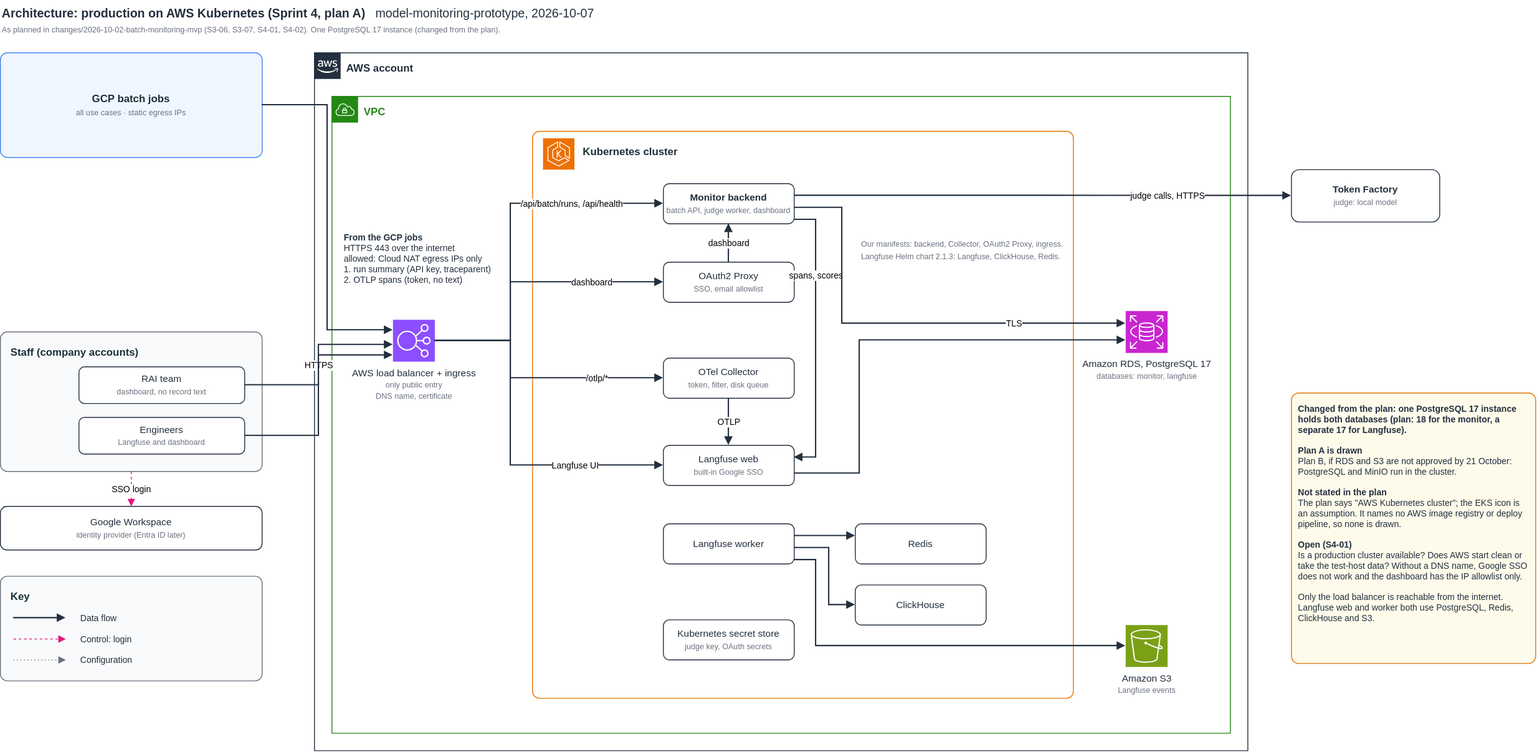
Before: docs/architecture/architecture-aws.drawio.svg, a diagram exported from draw.io (tkhongsap-io/model-monitoring-prototype). Source tidied: cells renumbered, new cells last; positions are measured from the earlier drawing's top-left corner, leaving out a move shared by most shapes.
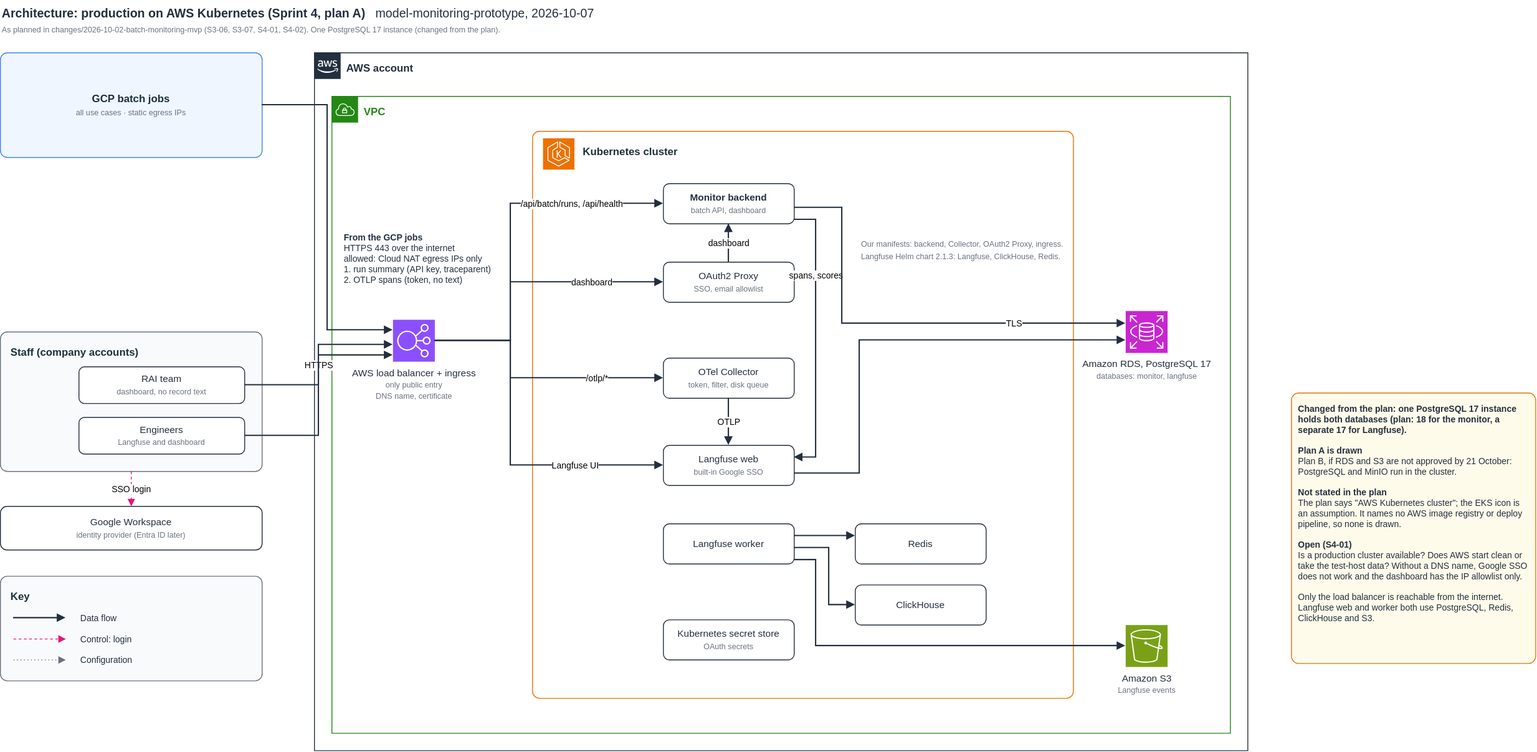
After the commit.

Commit message:
docs(s3-08a): remove the judge calls from the architecture diagrams

Diff of the diagram source:
```diff
@@ -35,7 +35,7 @@
     <mxCell id="12" style="sketch=0;fontColor=#232F3E;strokeColor=#ffffff;dashed=0;verticalLabelPosition=bottom;verticalAlign=top;align=center;html=1;fontSize=11;shape=mxgraph.aws4.resourceIcon;fillColor=#ED7100;resIcon=mxgraph.aws4.eks;" parent="11" vertex="1">
       <mxGeometry x="12" y="8" width="36" height="36" as="geometry" />
     </mxCell>
-    <mxCell id="13" value="&lt;b&gt;Monitor backend&lt;/b&gt;&lt;br&gt;&lt;font style=&quot;font-size:9px&quot; color=&quot;#6B7280&quot;&gt;batch API, judge worker, dashboard&lt;/font&gt;" style="rounded=1;whiteSpace=wrap;html=1;fillColor=#FFFFFF;strokeColor=#232F3E;fontSize=11;fontColor=#232F3E;" parent="11" vertex="1">
+    <mxCell id="13" value="&lt;b&gt;Monitor backend&lt;/b&gt;&lt;br&gt;&lt;font style=&quot;font-size:9px&quot; color=&quot;#6B7280&quot;&gt;batch API, dashboard&lt;/font&gt;" style="rounded=1;whiteSpace=wrap;html=1;fillColor=#FFFFFF;strokeColor=#232F3E;fontSize=11;fontColor=#232F3E;" parent="11" vertex="1">
       <mxGeometry x="150" y="60" width="150" height="46" as="geometry" />
     </mxCell>
     <mxCell id="14" value="OAuth2 Proxy&lt;br&gt;&lt;font style=&quot;font-size:9px&quot; color=&quot;#6B7280&quot;&gt;SSO, email allowlist&lt;/font&gt;" style="rounded=1;whiteSpace=wrap;html=1;fillColor=#FFFFFF;strokeColor=#232F3E;fontSize=11;fontColor=#232F3E;" parent="11" vertex="1">
@@ -56,7 +56,7 @@
     <mxCell id="19" value="ClickHouse" style="rounded=1;whiteSpace=wrap;html=1;fillColor=#FFFFFF;strokeColor=#232F3E;fontSize=11;fontColor=#232F3E;" parent="11" vertex="1">
       <mxGeometry x="370" y="520" width="150" height="46" as="geometry" />
     </mxCell>
-    <mxCell id="20" value="Kubernetes secret store&lt;br&gt;&lt;font style=&quot;font-size:9px&quot; color=&quot;#6B7280&quot;&gt;judge key, OAuth secrets&lt;/font&gt;" style="rounded=1;whiteSpace=wrap;html=1;fillColor=#FFFFFF;strokeColor=#232F3E;fontSize=11;fontColor=#232F3E;" parent="11" vertex="1">
+    <mxCell id="20" value="Kubernetes secret store&lt;br&gt;&lt;font style=&quot;font-size:9px&quot; color=&quot;#6B7280&quot;&gt;OAuth secrets&lt;/font&gt;" style="rounded=1;whiteSpace=wrap;html=1;fillColor=#FFFFFF;strokeColor=#232F3E;fontSize=11;fontColor=#232F3E;" parent="11" vertex="1">
       <mxGeometry x="150" y="560" width="150" height="46" as="geometry" />
     </mxCell>
     <mxCell id="21" value="&lt;font style=&quot;font-size:9px&quot; color=&quot;#6B7280&quot;&gt;Our manifests: backend, Collector, OAuth2 Proxy, ingress.&lt;br&gt;Langfuse Helm chart 2.1.3: Langfuse, ClickHouse, Redis.&lt;/font&gt;" style="text;html=1;align=left;verticalAlign=top;whiteSpace=wrap;fontColor=#232F3E;" parent="11" vertex="1">
@@ -71,9 +71,6 @@
     <mxCell id="24" value="&lt;b&gt;From the GCP jobs&lt;/b&gt;&lt;br&gt;HTTPS 443 over the internet&lt;br&gt;allowed: Cloud NAT egress IPs only&lt;br&gt;1. run summary (API key, traceparent)&lt;br&gt;2. OTLP spans (token, no text)" style="text;html=1;align=left;verticalAlign=top;whiteSpace=wrap;fontColor=#232F3E;fontSize=10;" parent="9" vertex="1">
       <mxGeometry x="12" y="150" width="190" height="80" as="geometry" />
     </mxCell>
-    <mxCell id="25" value="&lt;b&gt;Token Factory&lt;/b&gt;&lt;br&gt;&lt;font style=&quot;font-size:9px&quot; color=&quot;#6B7280&quot;&gt;judge: local model&lt;/font&gt;" style="rounded=1;whiteSpace=wrap;html=1;fillColor=#FFFFFF;strokeColor=#232F3E;fontSize=11;fontColor=#232F3E;" parent="1" vertex="1">
-      <mxGeometry x="1480" y="194" width="170" height="60" as="geometry" />
-    </mxCell>
     <mxCell id="26" value="&lt;b&gt;Changed from the plan: one PostgreSQL 17 instance holds both databases (plan: 18 for the monitor, a separate 17 for Langfuse).&lt;/b&gt;&lt;br&gt;&lt;br&gt;&lt;b&gt;Plan A is drawn&lt;/b&gt;&lt;br&gt;Plan B, if RDS and S3 are not approved by 21 October: PostgreSQL and MinIO run in the cluster.&lt;br&gt;&lt;br&gt;&lt;b&gt;Not stated in the plan&lt;/b&gt;&lt;br&gt;The plan says &amp;quot;AWS Kubernetes cluster&amp;quot;; the EKS icon is an assumption. It names no AWS image registry or deploy pipeline, so none is drawn.&lt;br&gt;&lt;br&gt;&lt;b&gt;Open (S4-01)&lt;/b&gt;&lt;br&gt;Is a production cluster available? Does AWS start clean or take the test-host data? Without a DNS name, Google SSO does not work and the dashboard has the IP allowlist only.&lt;br&gt;&lt;br&gt;Only the load balancer is reachable from the internet. Langfuse web and worker both use PostgreSQL, Redis, ClickHouse and S3." style="text;html=1;align=left;verticalAlign=top;whiteSpace=wrap;fontColor=#232F3E;fontSize=10;fillColor=#FFFBEB;strokeColor=#D97706;spacing=8;rounded=1;arcSize=3;" parent="1" vertex="1">
       <mxGeometry x="1480" y="450" width="280" height="310" as="geometry" />
     </mxCell>
@@ -143,9 +140,6 @@
         </Array>
       </mxGeometry>
     </mxCell>
-    <mxCell id="39" value="judge calls, HTTPS" style="edgeStyle=orthogonalEdgeStyle;rounded=0;html=1;endArrow=block;endFill=1;fontSize=10;labelBackgroundColor=#FFFFFF;strokeColor=#232F3E;strokeWidth=1.5;exitX=1;exitY=0.3;exitDx=0;exitDy=0;exitPerimeter=0;entryX=0;entryY=0.5;entryDx=0;entryDy=0;entryPerimeter=0;" parent="1" edge="1" source="13" target="25">
-      <mxGeometry x="0.5" relative="1" as="geometry" />
-    </mxCell>
     <mxCell id="40" style="edgeStyle=orthogonalEdgeStyle;rounded=0;html=1;endArrow=block;endFill=1;fontSize=10;labelBackgroundColor=#FFFFFF;strokeColor=#232F3E;strokeWidth=1.5;exitX=1;exitY=0.7;exitDx=0;exitDy=0;exitPerimeter=0;entryX=0;entryY=0.7;entryDx=0;entryDy=0;entryPerimeter=0;" parent="1" edge="1" source="16" target="22">
       <mxGeometry relative="1" as="geometry">
         <Array as="points">
```
